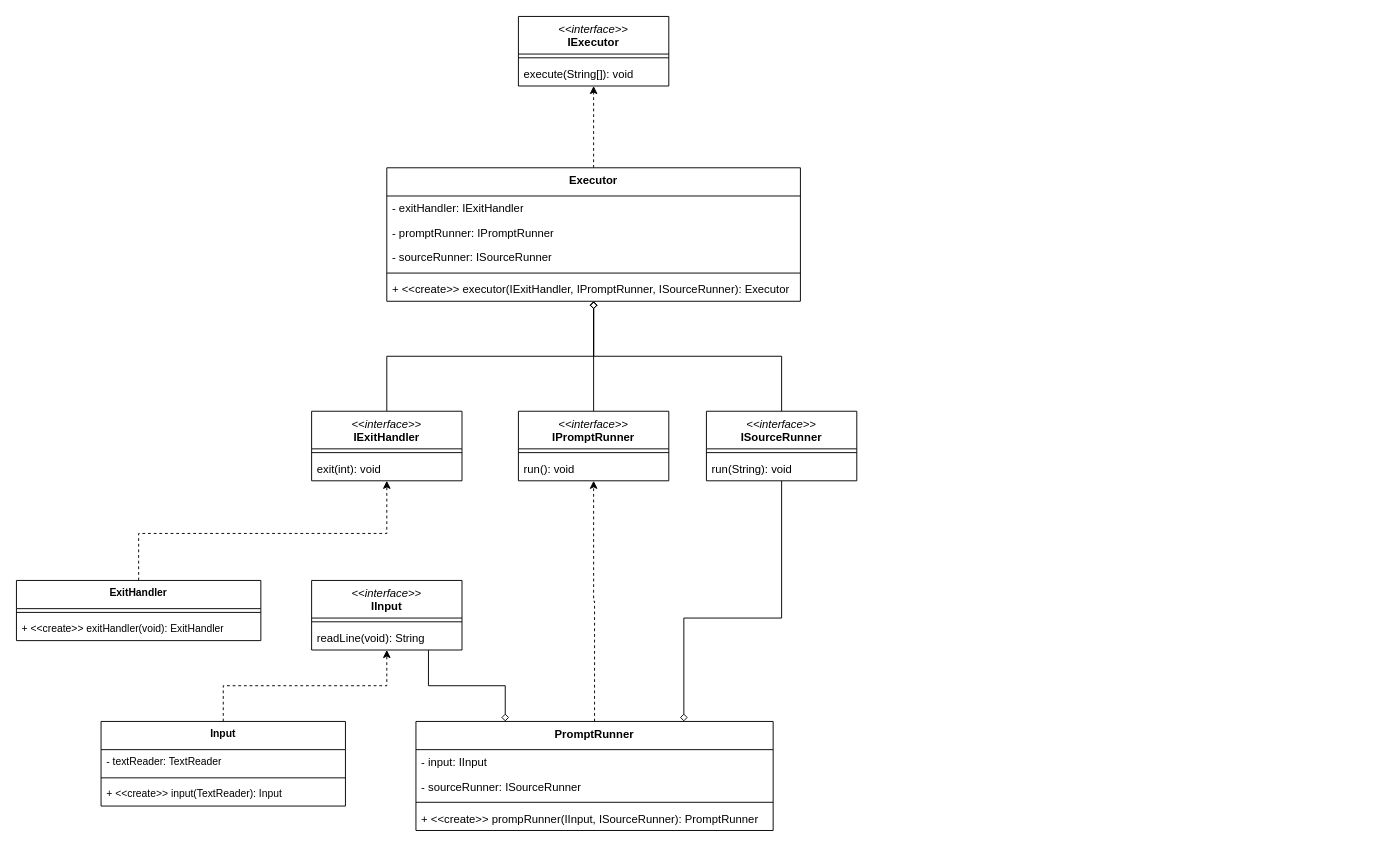
Above: cslox/doc/uml-class-diagram.drawio in sradms0/lox (draw.io), before the change. Source tidied: cells renumbered, new cells numbered last; positions are measured from the earlier drawing's top-left corner, leaving out a move shared by most shapes. Both pictures are drawn from the tidied source at 94%, with x=0, y=0 at pixel (16, 16).
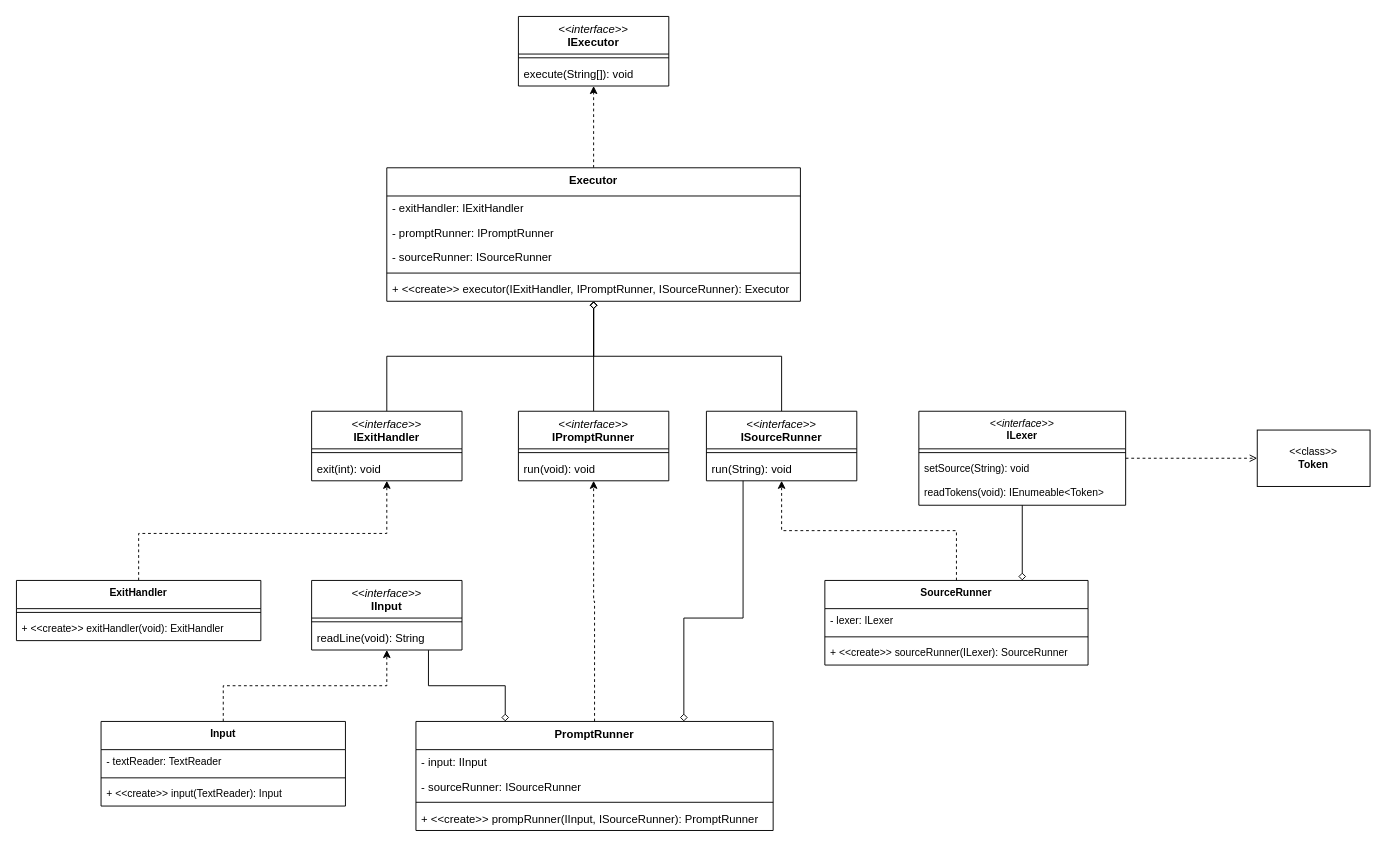
The same page after the edit.

Commit message (it also covers changes not shown here):
4.1: Add SourceRunner ISourceRunner implementation unit test (fail).

The change refers to these unchanged cells:
```xml
<mxCell id="10" value="&lt;span style=&quot;font-weight: normal;&quot;&gt;&lt;i&gt;&amp;lt;&amp;lt;interface&amp;gt;&amp;gt;&lt;/i&gt;&lt;/span&gt;&lt;div&gt;IPromptRunner&lt;/div&gt;" style="swimlane;fontStyle=1;align=center;verticalAlign=top;horizontal=1;startSize=40;whiteSpace=wrap;html=1;" parent="1" vertex="1">
  <mxGeometry x="534" y="420" width="160" height="74" as="geometry" />
</mxCell>
<mxCell id="15" value="&lt;span style=&quot;font-weight: normal;&quot;&gt;&lt;i&gt;&amp;lt;&amp;lt;interface&amp;gt;&amp;gt;&lt;/i&gt;&lt;/span&gt;&lt;div&gt;ISourceRunner&lt;/div&gt;" style="swimlane;fontStyle=1;align=center;verticalAlign=top;horizontal=1;startSize=40;whiteSpace=wrap;html=1;" parent="1" vertex="1">
  <mxGeometry x="734" y="420" width="160" height="74" as="geometry" />
</mxCell>
<mxCell id="17" value="run(String): void" style="text;strokeColor=none;fillColor=none;align=left;verticalAlign=top;spacingLeft=4;spacingRight=4;overflow=hidden;points=[[0,0.5],[1,0.5]];portConstraint=eastwest;whiteSpace=wrap;html=1;" parent="15" vertex="1">
  <mxGeometry y="48" width="160" height="26" as="geometry" />
</mxCell>
<mxCell id="26" value="PromptRunner" style="swimlane;fontStyle=1;align=center;verticalAlign=top;horizontal=1;startSize=30;whiteSpace=wrap;html=1;" parent="25" vertex="1">
  <mxGeometry x="-60" y="12" width="380" height="116" as="geometry" />
</mxCell>
```

The edit, as a diff of the source:
```diff
@@
-    <mxCell id="12" value="run(): void" style="text;strokeColor=none;fillColor=none;align=left;verticalAlign=top;spacingLeft=4;spacingRight=4;overflow=hidden;whiteSpace=wrap;html=1;" parent="10" vertex="1">
+    <mxCell id="12" value="run(void): void" style="text;strokeColor=none;fillColor=none;align=left;verticalAlign=top;spacingLeft=4;spacingRight=4;overflow=hidden;whiteSpace=wrap;html=1;" parent="10" vertex="1">
       <mxGeometry y="48" width="160" height="26" as="geometry" />
     </mxCell>
@@
-    <mxCell id="14" style="edgeStyle=orthogonalEdgeStyle;shape=connector;rounded=0;jettySize=auto;html=1;entryX=0.75;entryY=0;entryDx=0;entryDy=0;strokeColor=default;align=center;verticalAlign=middle;fontFamily=Helvetica;fontSize=11;fontColor=default;labelBackgroundColor=default;startArrow=none;startFill=0;endArrow=diamond;endFill=0;" parent="1" edge="1" source="15" target="26">
+    <mxCell id="14" style="edgeStyle=orthogonalEdgeStyle;shape=connector;rounded=0;jettySize=auto;html=1;entryX=0.75;entryY=0;entryDx=0;entryDy=0;strokeColor=default;align=center;verticalAlign=middle;fontFamily=Helvetica;fontSize=11;fontColor=default;labelBackgroundColor=default;startArrow=none;startFill=0;endArrow=diamond;endFill=0;" parent="1" edge="1" source="17" target="26">
       <mxGeometry relative="1" as="geometry">
         <Array as="points">
-          <mxPoint x="814" y="640" />
+          <mxPoint x="773" y="640" />
           <mxPoint x="710" y="640" />
         </Array>
       </mxGeometry>
     </mxCell>
@@
+    <mxCell id="45" style="edgeStyle=orthogonalEdgeStyle;shape=connector;rounded=0;jettySize=auto;html=1;dashed=1;strokeColor=default;align=center;verticalAlign=middle;fontFamily=Helvetica;fontSize=11;fontColor=default;labelBackgroundColor=default;endArrow=classic;endFill=1;" parent="1" edge="1" source="46" target="15">
+      <mxGeometry relative="1" as="geometry" />
+    </mxCell>
+    <mxCell id="46" value="SourceRunner" style="swimlane;fontStyle=1;align=center;verticalAlign=top;horizontal=1;startSize=30;whiteSpace=wrap;html=1;fontFamily=Helvetica;fontSize=11;fontColor=default;labelBackgroundColor=default;" parent="1" vertex="1">
+      <mxGeometry x="860" y="600" width="280" height="90" as="geometry" />
+    </mxCell>
+    <mxCell id="47" value="- lexer: ILexer" style="text;strokeColor=none;fillColor=none;align=left;verticalAlign=top;spacingLeft=4;spacingRight=4;overflow=hidden;whiteSpace=wrap;html=1;fontFamily=Helvetica;fontSize=11;fontColor=default;labelBackgroundColor=default;" parent="46" vertex="1">
+      <mxGeometry y="30" width="280" height="26" as="geometry" />
+    </mxCell>
+    <mxCell id="48" style="line;strokeWidth=1;fillColor=none;align=left;verticalAlign=middle;spacingTop=-1;spacingLeft=3;spacingRight=3;labelPosition=right;strokeColor=inherit;fontFamily=Helvetica;fontSize=11;fontColor=default;labelBackgroundColor=default;" parent="46" vertex="1">
+      <mxGeometry y="56" width="280" height="8" as="geometry" />
+    </mxCell>
+    <mxCell id="49" value="+ &amp;lt;&amp;lt;create&amp;gt;&amp;gt; s&lt;span style=&quot;text-align: center;&quot;&gt;ourceRunner&lt;/span&gt;(ILexer):&amp;nbsp;&lt;span style=&quot;text-align: center;&quot;&gt;SourceRunner&lt;/span&gt;" style="text;strokeColor=none;fillColor=none;align=left;verticalAlign=top;spacingLeft=4;spacingRight=4;overflow=hidden;whiteSpace=wrap;html=1;fontFamily=Helvetica;fontSize=11;fontColor=default;labelBackgroundColor=default;" parent="46" vertex="1">
+      <mxGeometry y="64" width="280" height="26" as="geometry" />
+    </mxCell>
+    <mxCell id="50" style="edgeStyle=orthogonalEdgeStyle;shape=connector;rounded=0;jettySize=auto;html=1;entryX=0.75;entryY=0;entryDx=0;entryDy=0;strokeColor=default;align=center;verticalAlign=middle;fontFamily=Helvetica;fontSize=11;fontColor=default;labelBackgroundColor=default;startArrow=none;startFill=0;endArrow=diamond;endFill=0;" parent="1" edge="1" source="52" target="46">
+      <mxGeometry relative="1" as="geometry" />
+    </mxCell>
+    <mxCell id="51" style="edgeStyle=orthogonalEdgeStyle;shape=connector;rounded=0;jettySize=auto;html=1;entryX=0;entryY=0.5;entryDx=0;entryDy=0;strokeColor=default;align=center;verticalAlign=middle;fontFamily=Helvetica;fontSize=11;fontColor=default;labelBackgroundColor=default;startArrow=none;startFill=0;endArrow=open;endFill=0;dashed=1;" parent="1" edge="1" source="52" target="56">
+      <mxGeometry relative="1" as="geometry" />
+    </mxCell>
+    <mxCell id="52" value="&lt;span style=&quot;font-weight: normal;&quot;&gt;&lt;i&gt;&amp;lt;&amp;lt;interface&amp;gt;&amp;gt;&lt;/i&gt;&lt;/span&gt;&lt;div&gt;ILexer&lt;/div&gt;" style="swimlane;fontStyle=1;align=center;verticalAlign=top;horizontal=1;startSize=40;whiteSpace=wrap;html=1;fontFamily=Helvetica;fontSize=11;fontColor=default;labelBackgroundColor=default;" parent="1" vertex="1">
+      <mxGeometry x="960" y="420" width="220" height="100" as="geometry" />
+    </mxCell>
+    <mxCell id="53" style="line;strokeWidth=1;fillColor=none;align=left;verticalAlign=middle;spacingTop=-1;spacingLeft=3;spacingRight=3;labelPosition=right;strokeColor=inherit;fontFamily=Helvetica;fontSize=11;fontColor=default;labelBackgroundColor=default;" parent="52" vertex="1">
+      <mxGeometry y="40" width="220" height="8" as="geometry" />
+    </mxCell>
+    <mxCell id="54" value="setSource(String): void" style="text;strokeColor=none;fillColor=none;align=left;verticalAlign=top;spacingLeft=4;spacingRight=4;overflow=hidden;whiteSpace=wrap;html=1;fontFamily=Helvetica;fontSize=11;fontColor=default;labelBackgroundColor=default;" parent="52" vertex="1">
+      <mxGeometry y="48" width="220" height="26" as="geometry" />
+    </mxCell>
+    <mxCell id="55" value="readTokens(void): IEnumeable&amp;lt;Token&amp;gt;" style="text;strokeColor=none;fillColor=none;align=left;verticalAlign=top;spacingLeft=4;spacingRight=4;overflow=hidden;whiteSpace=wrap;html=1;fontFamily=Helvetica;fontSize=11;fontColor=default;labelBackgroundColor=default;" parent="52" vertex="1">
+      <mxGeometry y="74" width="220" height="26" as="geometry" />
+    </mxCell>
+    <mxCell id="56" value="&amp;lt;&amp;lt;class&amp;gt;&amp;gt;&lt;div&gt;&lt;b&gt;Token&lt;/b&gt;&lt;/div&gt;" style="rounded=0;whiteSpace=wrap;html=1;fontFamily=Helvetica;fontSize=11;fontColor=default;labelBackgroundColor=default;" parent="1" vertex="1">
+      <mxGeometry x="1320" y="440" width="120" height="60" as="geometry" />
+    </mxCell>
```
